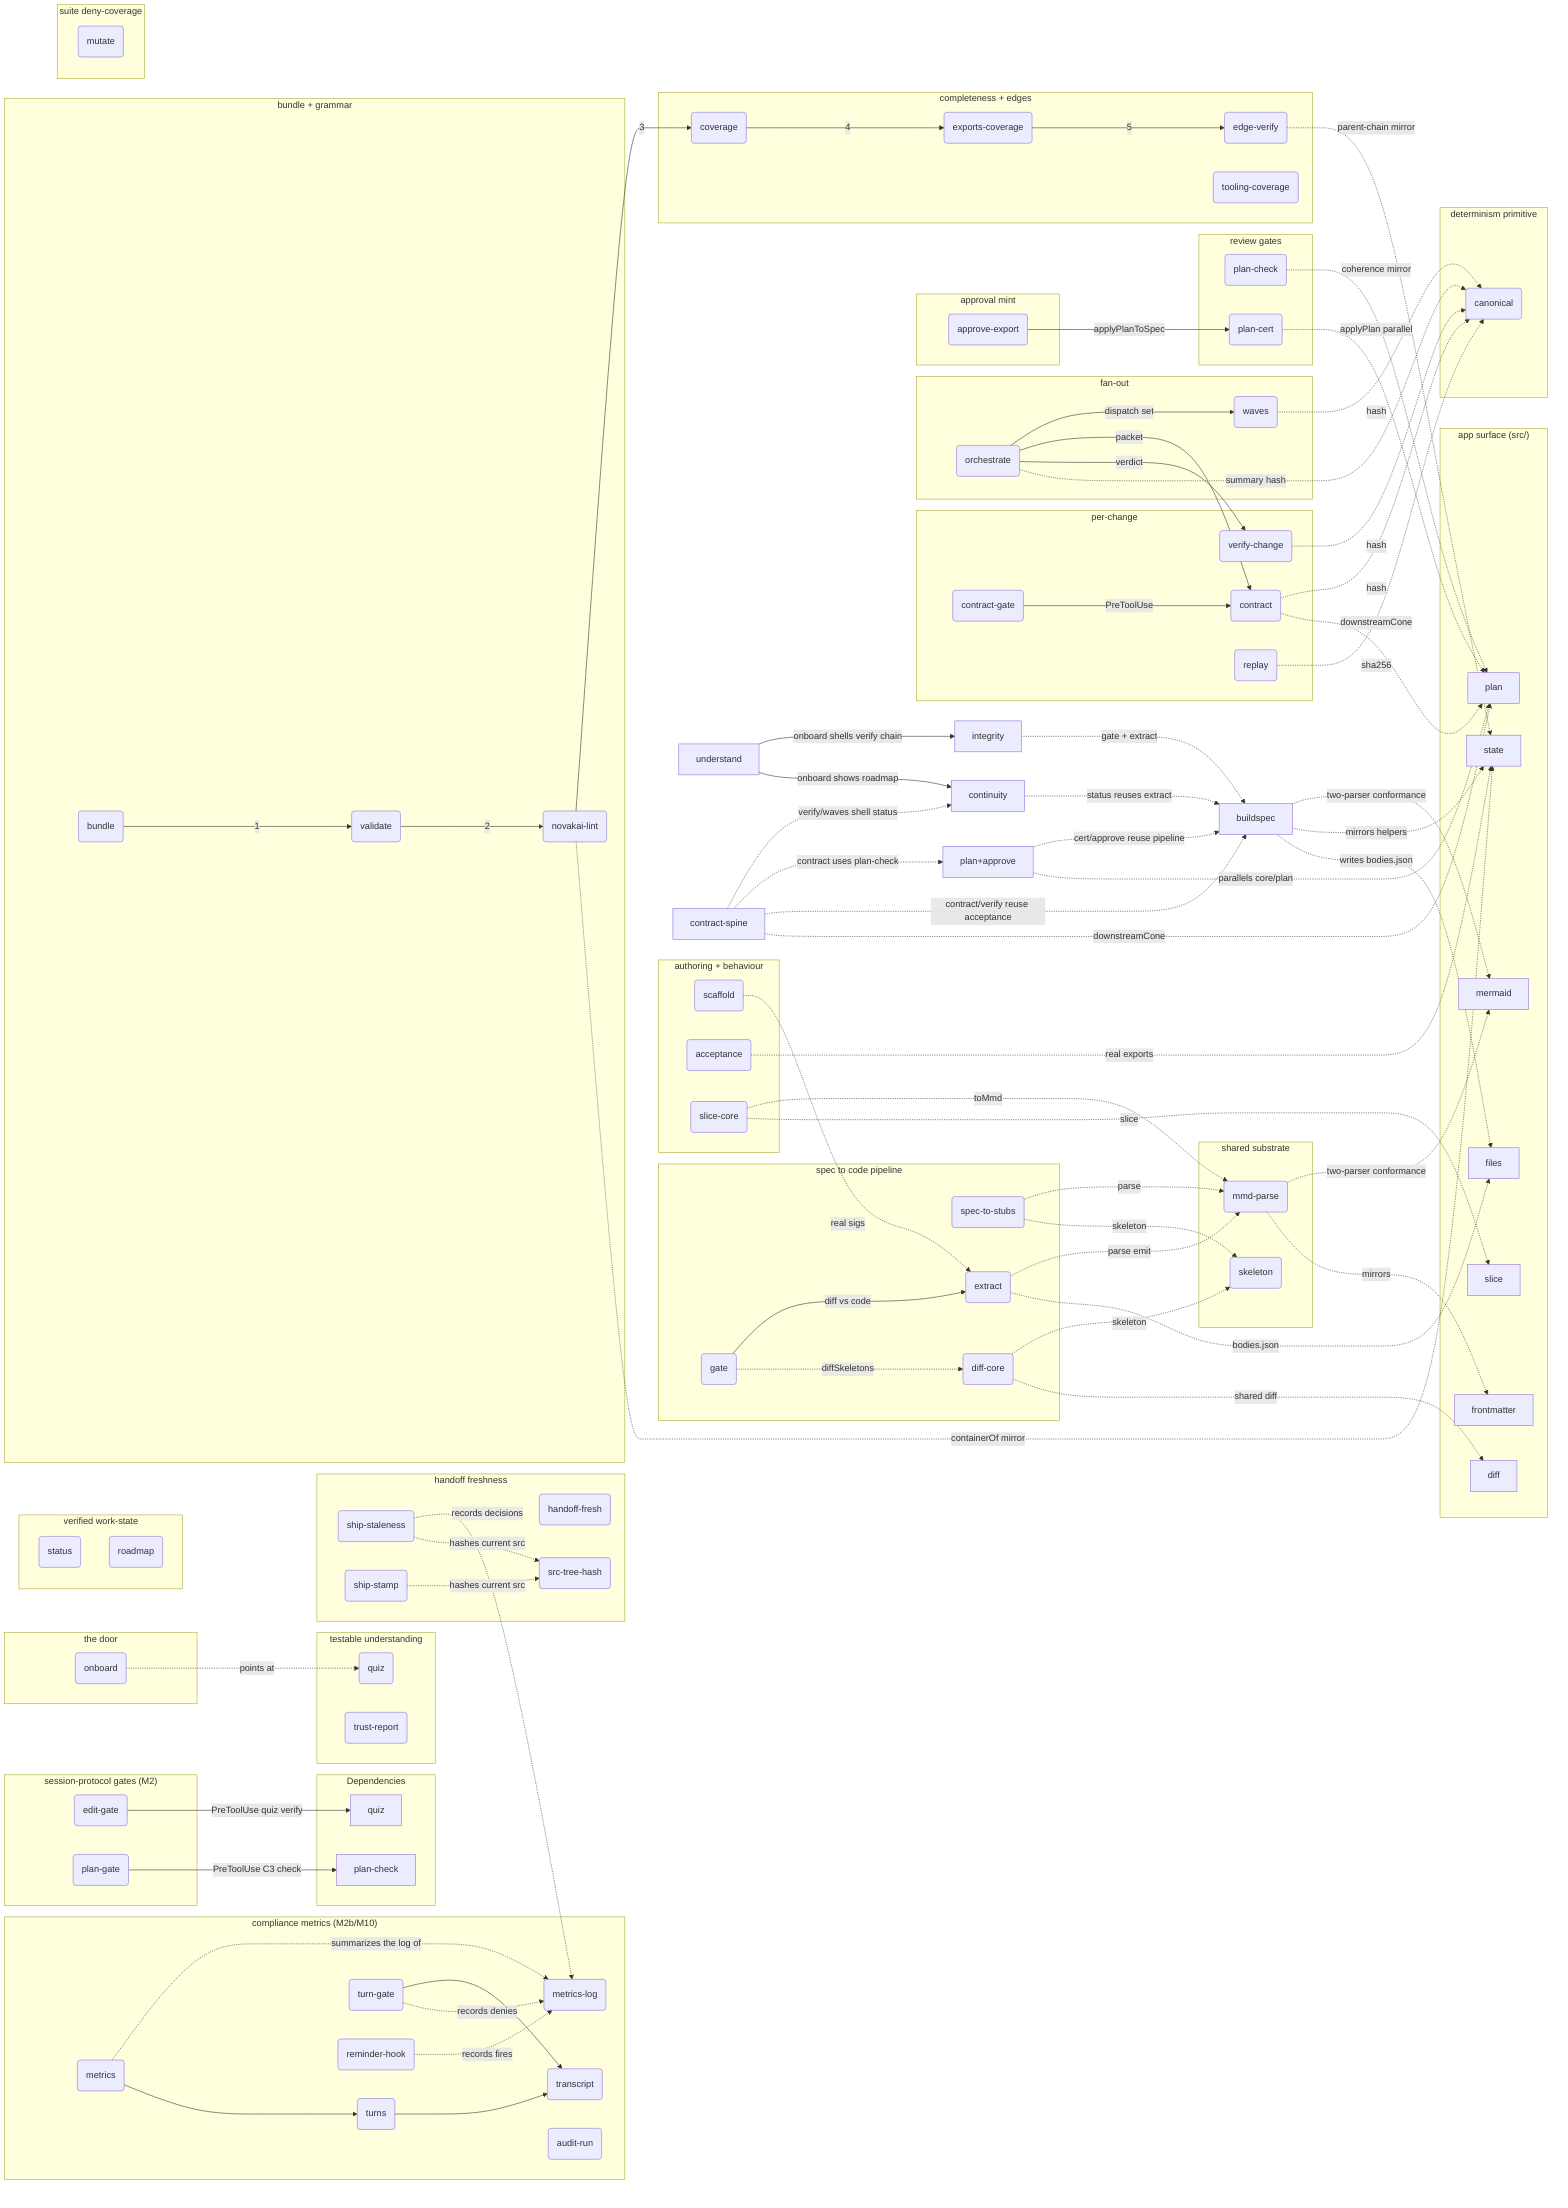
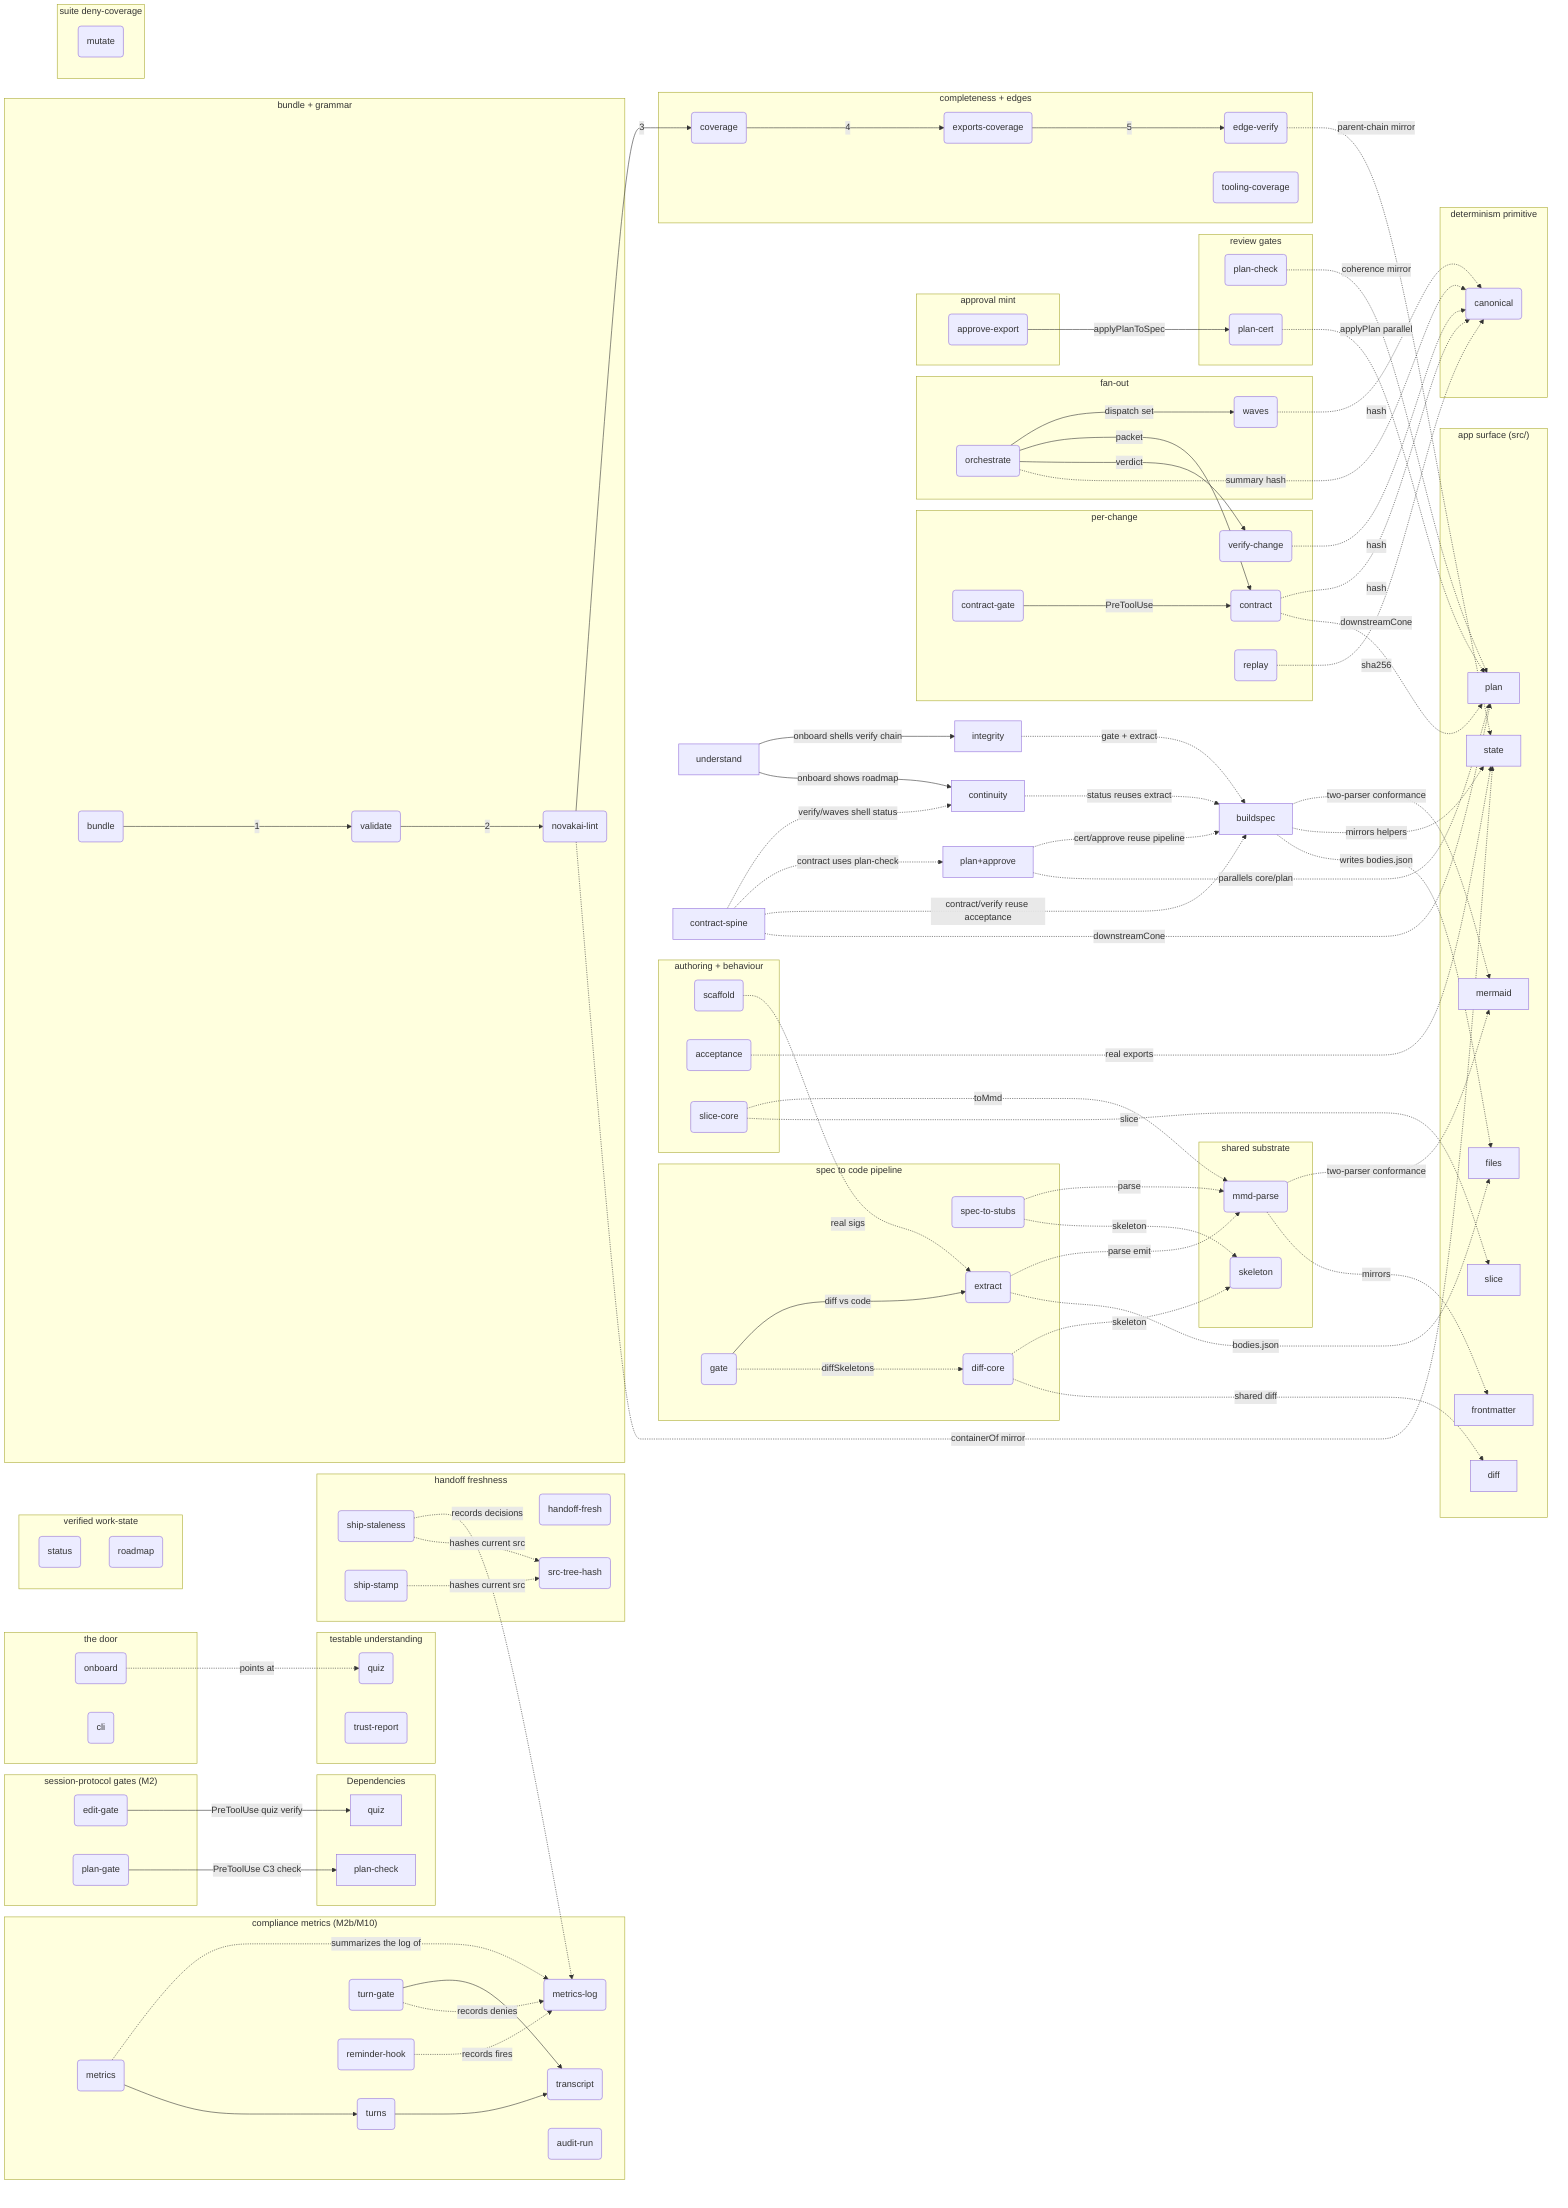
flowchart LR
%% AUTO-GENERATED BUNDLE — do not edit. Edit the per-folder fragments and re-bundle.
%% root novakaiBuildspec

%% fm:meta mermaid name=mermaid
%% fm:meta mermaid desc=app serializer/parser the tooling parser must agree with (two-parser conformance A3)
%% fm:meta frontmatter name=frontmatter
%% fm:meta frontmatter desc=app frontmatter model the tooling parser and skeleton mirror
%% fm:meta state name=state
%% fm:meta state desc=app model and geometry helpers the tooling mirrors and runs acceptance cases against
%% fm:meta files name=files
%% fm:meta files desc=app file IO that consumes the bodies.json the extractor writes
%% fm:meta diff name=diff
%% fm:meta diff desc=app semantic diff whose engine the tooling diff-core shares
%% fm:meta slice name=slice
%% fm:meta slice desc=app neighbourhood slice whose engine the tooling slice-core mirrors
%% fm:meta plan name=plan
%% fm:meta plan desc=app plan overlay model the tooling plan/cert/contract tools parallel and route into
%% fm:meta novakaiBuildspec__mmdParse name=mmd-parse
%% fm:meta novakaiBuildspec__mmdParse desc=zero-dep parser and serializer for the .mmd dialect every tool imports
%% fm:meta novakaiBuildspec__skeleton name=skeleton
%% fm:meta novakaiBuildspec__skeleton desc=canonical contract skeleton of a node plus all type normalization
%% fm:meta novakaiBuildspec__specToStubs name=spec-to-stubs
%% fm:meta novakaiBuildspec__specToStubs desc=step 1 emit TS stubs and contracts so interface drift becomes a tsc error
%% fm:meta novakaiBuildspec__extract name=extract
%% fm:meta novakaiBuildspec__extract desc=step 2 ts-morph walks src and re-serializes real code into a map plus bodies.json
%% fm:meta novakaiBuildspec__diffCore name=diff-core
%% fm:meta novakaiBuildspec__diffCore desc=pure structural diff between two skeleton maps categorizing every mismatch
%% fm:meta novakaiBuildspec__gate name=gate
%% fm:meta novakaiBuildspec__gate desc=step 3 diff committed spec against extracted code and exit non-zero on drift
%% fm:meta novakaiBuildspec__scaffold name=scaffold
%% fm:meta novakaiBuildspec__scaffold desc=author aid init backfill signatures and append plan nodes to fragments
%% fm:meta novakaiBuildspec__acceptance name=acceptance
%% fm:meta novakaiBuildspec__acceptance desc=Keystone 2 run behavioural cases against real src exports to prove correctness
%% fm:meta novakaiBuildspec__sliceCore name=slice-core
%% fm:meta novakaiBuildspec__sliceCore desc=pure model slicer reducing a parsed map to a seed node neighbourhood
%% fm:meta novakaiContractSpine__canonical name=canonical
%% fm:meta novakaiContractSpine__canonical desc=the determinism primitive key sorted JSON and sha256 so equality is a hash compare
%% fm:meta novakaiContractSpine__contract name=contract
%% fm:meta novakaiContractSpine__contract desc=emit a byte deterministic per change packet by routing blast radius source and coherence
%% fm:meta novakaiContractSpine__contractGate name=contract-gate
%% fm:meta novakaiContractSpine__contractGate desc=PreToolUse hook deny a spawn carrying a contract sentinel unless the contract resolves clean
%% fm:meta novakaiContractSpine__editGate name=edit-gate
%% fm:meta novakaiContractSpine__editGate desc=PreToolUse hook deny a src edit unless a quiz pass verifies against the current map bytes
%% fm:meta novakaiContractSpine__planGate name=plan-gate
%% fm:meta novakaiContractSpine__planGate desc=PreToolUse hook deny ExitPlanMode while the named or in flight plan fails coherence
%% fm:meta novakaiContractSpine__verifyChange name=verify-change
%% fm:meta novakaiContractSpine__verifyChange desc=fold structural and behavioural results into a data only verdict strict refuses over trust
%% fm:meta novakaiContractSpine__replay name=replay
%% fm:meta novakaiContractSpine__replay desc=determinism harness run a command N times and assert one stdout hash
%% fm:meta novakaiContractSpine__waves name=waves
%% fm:meta novakaiContractSpine__waves desc=topological wave partition of unbuilt changes with cycle detection for parallel dispatch
%% fm:meta novakaiContractSpine__orchestrate name=orchestrate
%% fm:meta novakaiContractSpine__orchestrate desc=the driver waves to per change worktree plus contract to verdict to canonical summary
%% fm:meta novakaiUnderstand__onboard name=onboard
%% fm:meta novakaiUnderstand__onboard desc=the single verifiable door shell the verify chain emit invariants print quiz and roadmap
%% fm:meta novakaiUnderstand__quiz name=quiz
%% fm:meta novakaiUnderstand__quiz desc=Keystone 1 generate structural questions and score answers against live re-derived keys
%% fm:meta novakaiUnderstand__trust name=trust-report
%% fm:meta novakaiUnderstand__trust desc=tier every claim verified advisory or unverified so readers know what is enforced
+ %% fm:meta novakaiUnderstand__cli name=cli
+ %% fm:meta novakaiUnderstand__cli desc=thin human dispatcher shelling verbs onboard plan contract verify ship status help to the existing npm scripts
%% fm:meta novakaiPlanApprove__planCheck name=plan-check
%% fm:meta novakaiPlanApprove__planCheck desc=C3 authoring coherence real ids acyclic deps valid parents coherent accepted set
%% fm:meta novakaiPlanApprove__planCert name=plan-cert
%% fm:meta novakaiPlanApprove__planCert desc=C2 dry-run certificate apply the plan and run generate tsc extract gate as a delta
%% fm:meta novakaiPlanApprove__approve name=approve-export
%% fm:meta novakaiPlanApprove__approve desc=E1 mint write approved map contracts filtered plan and checklist
%% fm:meta novakaiContinuity__status name=status
%% fm:meta novakaiContinuity__status desc=verified work-state compare a plan proposed signatures against live code built pending drifted missing
%% fm:meta novakaiContinuity__roadmap name=roadmap
%% fm:meta novakaiContinuity__roadmap desc=compute roadmap phase status from predicates and audit the no prose status ban
%% fm:meta novakaiContinuity__handoff name=handoff-fresh
%% fm:meta novakaiContinuity__handoff desc=detect when the handoff lags commits and falsify not yet committed prose claims
%% fm:meta novakaiContinuity__shipStaleness name=ship-staleness
%% fm:meta novakaiContinuity__shipStaleness desc=Stop hook block a session end while src content hash differs from the last recorded ship stamp
%% fm:meta novakaiContinuity__shipStamp name=ship-stamp
%% fm:meta novakaiContinuity__shipStamp desc=last step of novakai ship record the current src content hash to docs novakai ship-stamp.json
%% fm:meta novakaiContinuity__srcTreeHash name=src-tree-hash
%% fm:meta novakaiContinuity__srcTreeHash desc=git plumbing content hash of a directory working tree scratch index add write-tree no timestamps
%% fm:meta novakaiContinuity__metrics name=metrics
%% fm:meta novakaiContinuity__metrics desc=M2b summarize the compliance log into rates quiz gate ship cert unproven and wrap ship runs transparently
%% fm:meta novakaiContinuity__metricsLog name=metrics-log
%% fm:meta novakaiContinuity__metricsLog desc=fail silent JSONL emitter the gates quiz and verdict tools import logging may never change a decision
%% fm:meta novakaiContinuity__turns name=turns
%% fm:meta novakaiContinuity__turns desc=M10 measure turn discipline batch ratio cache read tokens subagent tokens tokens to first src edit over session transcripts
%% fm:meta novakaiContinuity__transcriptLib name=transcript
%% fm:meta novakaiContinuity__transcriptLib desc=shared Claude Code transcript parser dedupe assistant API calls by message id merge usage accumulate tool uses
%% fm:meta novakaiContinuity__turnGate name=turn-gate
%% fm:meta novakaiContinuity__turnGate desc=M10 force PreToolUse gate denies a streak of four or more consecutive single-read turns fails open on unreadable input one free retry marker
%% fm:meta novakaiContinuity__auditRun name=audit-run
%% fm:meta novakaiContinuity__auditRun desc=M10 read only forensic reconstruction of what ran in a session from immutable jsonl transcripts report only reconciliation against a run manifest never flips the exit code
%% fm:meta novakaiContinuity__reminderHook name=reminder-hook
%% fm:meta novakaiContinuity__reminderHook desc=PreToolUse hook throttled advisory reminder injection into main-agent context fail-open never emits decision or permissionDecision
%% fm:meta novakaiIntegrity__bundle name=bundle
%% fm:meta novakaiIntegrity__bundle desc=merge root plus every fragment into one bundle namespacing private ids
%% fm:meta novakaiIntegrity__validate name=validate
%% fm:meta novakaiIntegrity__validate desc=grammar gate one header unique ids every reference resolves one kind per node
%% fm:meta novakaiIntegrity__lint name=novakai-lint
%% fm:meta novakaiIntegrity__lint desc=architecture altitude gate fail on flat file-mirror or unsectioned loose bag
%% fm:meta novakaiIntegrity__coverage name=coverage
%% fm:meta novakaiIntegrity__coverage desc=file completeness guard every source file is represented or has a fragment
%% fm:meta novakaiIntegrity__exports name=exports-coverage
%% fm:meta novakaiIntegrity__exports desc=symbol completeness guard every exported symbol is a node or audited entry
%% fm:meta novakaiIntegrity__edges name=edge-verify
%% fm:meta novakaiIntegrity__edges desc=edge integrity guard every edge is import backed intra file or audited advisory
%% fm:meta novakaiIntegrity__toolingCoverage name=tooling-coverage
%% fm:meta novakaiIntegrity__toolingCoverage desc=completeness plus symbol truth guard for the tooling map itself
%% fm:meta novakaiIntegrity__mutate name=mutate
%% fm:meta novakaiIntegrity__mutate desc=mutation harness apply corpus defects in isolated HEAD worktrees and assert the suite reacts as the corpus expects

%% kind novakaiBuildspec module
%% kind novakaiIntegrity module
%% kind novakaiUnderstand module
%% kind novakaiContinuity module
%% kind novakaiPlanApprove module
%% kind novakaiContractSpine module
%% kind mermaid module
%% kind frontmatter module
%% kind state module
%% kind files module
%% kind diff module
%% kind slice module
%% kind plan module
%% kind novakaiBuildspec__mmdParse module
%% kind novakaiBuildspec__skeleton module
%% kind novakaiBuildspec__specToStubs service
%% kind novakaiBuildspec__extract service
%% kind novakaiBuildspec__diffCore module
%% kind novakaiBuildspec__gate service
%% kind novakaiBuildspec__scaffold service
%% kind novakaiBuildspec__acceptance service
%% kind novakaiBuildspec__sliceCore module
%% kind novakaiContractSpine__canonical module
%% kind novakaiContractSpine__contract service
%% kind novakaiContractSpine__contractGate service
%% kind novakaiContractSpine__editGate service
%% kind novakaiContractSpine__planGate service
%% kind novakaiContractSpine__verifyChange service
%% kind novakaiContractSpine__replay service
%% kind novakaiContractSpine__waves service
%% kind novakaiContractSpine__orchestrate service
%% kind novakaiUnderstand__onboard service
%% kind novakaiUnderstand__quiz service
%% kind novakaiUnderstand__trust service
+ %% kind novakaiUnderstand__cli service
%% kind novakaiPlanApprove__planCheck service
%% kind novakaiPlanApprove__planCert service
%% kind novakaiPlanApprove__approve service
%% kind novakaiContinuity__status service
%% kind novakaiContinuity__roadmap service
%% kind novakaiContinuity__handoff service
%% kind novakaiContinuity__shipStaleness service
%% kind novakaiContinuity__shipStamp service
%% kind novakaiContinuity__srcTreeHash module
%% kind novakaiContinuity__metrics service
%% kind novakaiContinuity__metricsLog module
%% kind novakaiContinuity__turns service
%% kind novakaiContinuity__transcriptLib module
%% kind novakaiContinuity__turnGate service
%% kind novakaiContinuity__auditRun service
%% kind novakaiContinuity__reminderHook service
%% kind novakaiIntegrity__bundle service
%% kind novakaiIntegrity__validate service
%% kind novakaiIntegrity__lint service
%% kind novakaiIntegrity__coverage service
%% kind novakaiIntegrity__exports service
%% kind novakaiIntegrity__edges service
%% kind novakaiIntegrity__toolingCoverage service
%% kind novakaiIntegrity__mutate service
%% parent novakaiBuildspec__bs_substrate novakaiBuildspec
%% parent novakaiBuildspec__bs_pipeline novakaiBuildspec
%% parent novakaiBuildspec__bs_aids novakaiBuildspec
%% parent novakaiContractSpine__cs_prim novakaiContractSpine
%% parent novakaiContractSpine__cs_change novakaiContractSpine
%% parent novakaiContractSpine__cs_fanout novakaiContractSpine
%% parent novakaiContractSpine__cs_protocol novakaiContractSpine
%% parent novakaiUnderstand__un_door novakaiUnderstand
%% parent novakaiUnderstand__un_prove novakaiUnderstand
%% parent novakaiPlanApprove__pa_gates novakaiPlanApprove
%% parent novakaiPlanApprove__pa_mint novakaiPlanApprove
%% parent novakaiContinuity__co_state novakaiContinuity
%% parent novakaiContinuity__co_handoff novakaiContinuity
%% parent novakaiContinuity__co_metrics novakaiContinuity
%% parent novakaiIntegrity__in_build novakaiIntegrity
%% parent novakaiIntegrity__in_complete novakaiIntegrity
%% parent novakaiIntegrity__in_suite novakaiIntegrity
%% src novakaiBuildspec__mmdParse tools/buildspec/core/mmd-parse.mjs#parseMmd
%% src novakaiBuildspec__skeleton tools/buildspec/core/skeleton.mjs#specSkeleton
%% src novakaiBuildspec__specToStubs tools/buildspec/pipeline/spec-to-stubs.mjs#generate
%% src novakaiBuildspec__extract tools/buildspec/pipeline/extract.mjs#extract
%% src novakaiBuildspec__diffCore tools/buildspec/core/diff-core.mjs#diffSkeletons
%% src novakaiBuildspec__gate tools/buildspec/pipeline/gate.mjs
%% src novakaiBuildspec__scaffold tools/buildspec/scaffold/scaffold.mjs#addFromPlan
%% src novakaiBuildspec__acceptance tools/buildspec/acceptance/acceptance.mjs#runAcceptance
%% src novakaiBuildspec__sliceCore tools/buildspec/core/slice-core.mjs#sliceModel
%% src novakaiContractSpine__canonical tools/novakai/lib/canonical.mjs#canonicalize
%% src novakaiContractSpine__contract tools/novakai/contract/contract.mjs
%% src novakaiContractSpine__contractGate tools/novakai/gates/contract-gate.mjs
%% src novakaiContractSpine__editGate tools/novakai/gates/edit-gate.mjs
%% src novakaiContractSpine__planGate tools/novakai/gates/plan-gate.mjs
%% src novakaiContractSpine__verifyChange tools/novakai/contract/verify-change.mjs
%% src novakaiContractSpine__replay tools/novakai/contract/replay.mjs
%% src novakaiContractSpine__waves tools/novakai/contract/waves.mjs
%% src novakaiContractSpine__orchestrate tools/novakai/contract/orchestrate.mjs
%% src novakaiUnderstand__onboard tools/novakai/onboard/onboard.mjs
%% src novakaiUnderstand__quiz tools/novakai/onboard/quiz.mjs
%% src novakaiUnderstand__trust tools/novakai/verify/trust-report.mjs
+ %% src novakaiUnderstand__cli tools/novakai/cli.mjs
%% src novakaiPlanApprove__planCheck tools/novakai/plan/plan-check.mjs#checkPlan
%% src novakaiPlanApprove__planCert tools/novakai/plan/plan-cert.mjs#certifyPlan
%% src novakaiPlanApprove__approve tools/novakai/plan/approve-export.mjs#approveExport
%% src novakaiContinuity__status tools/novakai/status/status.mjs
%% src novakaiContinuity__roadmap tools/novakai/status/roadmap.mjs
%% src novakaiContinuity__handoff tools/novakai/status/handoff-fresh.mjs#checkContentClaims
%% src novakaiContinuity__shipStaleness tools/novakai/gates/ship-staleness.mjs
%% src novakaiContinuity__shipStamp tools/novakai/verify/ship-stamp.mjs
%% src novakaiContinuity__srcTreeHash tools/novakai/lib/src-tree-hash.mjs#srcTreeHash
%% src novakaiContinuity__metrics tools/novakai/status/metrics.mjs
%% src novakaiContinuity__metricsLog tools/novakai/lib/metrics-log.mjs#recordEvent
%% src novakaiContinuity__turns tools/novakai/status/turns.mjs
%% src novakaiContinuity__transcriptLib tools/novakai/lib/transcript.mjs#parseTranscript
%% src novakaiContinuity__turnGate tools/novakai/gates/turn-gate.mjs
%% src novakaiContinuity__auditRun tools/novakai/audit/audit-run.mjs
%% src novakaiContinuity__reminderHook tools/novakai/gates/reminder-hook.mjs
%% src novakaiIntegrity__bundle tools/novakai/verify/bundle.mjs
%% src novakaiIntegrity__validate tools/novakai/verify/validate.mjs
%% src novakaiIntegrity__lint tools/novakai/verify/novakai-lint.mjs#lint
%% src novakaiIntegrity__coverage tools/novakai/verify/coverage.mjs
%% src novakaiIntegrity__exports tools/novakai/verify/exports-coverage.mjs
%% src novakaiIntegrity__edges tools/novakai/verify/edge-verify.mjs#verifyEdges
%% src novakaiIntegrity__toolingCoverage tools/novakai/verify/tooling-coverage.mjs
%% src novakaiIntegrity__mutate tools/novakai/verify/mutate.mjs

  novakaiBuildspec["buildspec"]
  novakaiIntegrity["integrity"]
  novakaiUnderstand["understand"]
  novakaiContinuity["continuity"]
  novakaiPlanApprove["plan+approve"]
  novakaiContractSpine["contract-spine"]
  subgraph AppSurface ["app surface (src/)"]
    mermaid["mermaid"]
    frontmatter["frontmatter"]
    state["state"]
    files["files"]
    diff["diff"]
    slice["slice"]
    plan["plan"]
  end
  %% ---- subsystem-level flow (the loop) ----
  %% ---- tooling -> app surface (the blast radius) ----

  subgraph novakaiBuildspec__bs_substrate ["shared substrate"]
    novakaiBuildspec__mmdParse("mmd-parse")
    novakaiBuildspec__skeleton("skeleton")
  end
  subgraph novakaiBuildspec__bs_pipeline ["spec to code pipeline"]
    novakaiBuildspec__specToStubs("spec-to-stubs")
    novakaiBuildspec__extract("extract")
    novakaiBuildspec__gate("gate")
    novakaiBuildspec__diffCore("diff-core")
  end
  subgraph novakaiBuildspec__bs_aids ["authoring + behaviour"]
    novakaiBuildspec__scaffold("scaffold")
    novakaiBuildspec__acceptance("acceptance")
    novakaiBuildspec__sliceCore("slice-core")
  end

  subgraph novakaiContractSpine__cs_prim ["determinism primitive"]
    novakaiContractSpine__canonical("canonical")
  end
  subgraph novakaiContractSpine__cs_change ["per-change"]
    novakaiContractSpine__contract("contract")
    novakaiContractSpine__contractGate("contract-gate")
    novakaiContractSpine__verifyChange("verify-change")
    novakaiContractSpine__replay("replay")
  end
  subgraph novakaiContractSpine__cs_fanout ["fan-out"]
    novakaiContractSpine__waves("waves")
    novakaiContractSpine__orchestrate("orchestrate")
  end
  subgraph novakaiContractSpine__cs_protocol ["session-protocol gates (M2)"]
    novakaiContractSpine__editGate("edit-gate")
    novakaiContractSpine__planGate("plan-gate")
  end
  subgraph novakaiContractSpine__Deps ["Dependencies"]
    novakaiContractSpine__quiz["quiz"]
    novakaiContractSpine__planCheck["plan-check"]
  end

  subgraph novakaiUnderstand__un_door ["the door"]
    novakaiUnderstand__onboard("onboard")
+     novakaiUnderstand__cli("cli")
  end
  subgraph novakaiUnderstand__un_prove ["testable understanding"]
    novakaiUnderstand__quiz("quiz")
    novakaiUnderstand__trust("trust-report")
  end

  subgraph novakaiPlanApprove__pa_gates ["review gates"]
    novakaiPlanApprove__planCheck("plan-check")
    novakaiPlanApprove__planCert("plan-cert")
  end
  subgraph novakaiPlanApprove__pa_mint ["approval mint"]
    novakaiPlanApprove__approve("approve-export")
  end

  subgraph novakaiContinuity__co_state ["verified work-state"]
    novakaiContinuity__status("status")
    novakaiContinuity__roadmap("roadmap")
  end
  subgraph novakaiContinuity__co_handoff ["handoff freshness"]
    novakaiContinuity__handoff("handoff-fresh")
    novakaiContinuity__shipStaleness("ship-staleness")
    novakaiContinuity__shipStamp("ship-stamp")
    novakaiContinuity__srcTreeHash("src-tree-hash")
  end
  subgraph novakaiContinuity__co_metrics ["compliance metrics (M2b/M10)"]
    novakaiContinuity__metrics("metrics")
    novakaiContinuity__metricsLog("metrics-log")
    novakaiContinuity__turns("turns")
    novakaiContinuity__transcriptLib("transcript")
    novakaiContinuity__turnGate("turn-gate")
    novakaiContinuity__reminderHook("reminder-hook")
    novakaiContinuity__auditRun("audit-run")
  end

  subgraph novakaiIntegrity__in_build ["bundle + grammar"]
    novakaiIntegrity__bundle("bundle")
    novakaiIntegrity__validate("validate")
    novakaiIntegrity__lint("novakai-lint")
  end
  subgraph novakaiIntegrity__in_complete ["completeness + edges"]
    novakaiIntegrity__coverage("coverage")
    novakaiIntegrity__exports("exports-coverage")
    novakaiIntegrity__edges("edge-verify")
    novakaiIntegrity__toolingCoverage("tooling-coverage")
  end
  subgraph novakaiIntegrity__in_suite ["suite deny-coverage"]
    novakaiIntegrity__mutate("mutate")
  end

  novakaiUnderstand -->|onboard shells verify chain| novakaiIntegrity
  novakaiUnderstand -->|onboard shows roadmap| novakaiContinuity
  novakaiIntegrity -.->|gate + extract| novakaiBuildspec
  novakaiContinuity -.->|status reuses extract| novakaiBuildspec
  novakaiPlanApprove -.->|cert/approve reuse pipeline| novakaiBuildspec
  novakaiContractSpine -.->|verify/waves shell status| novakaiContinuity
  novakaiContractSpine -.->|contract uses plan-check| novakaiPlanApprove
  novakaiContractSpine -.->|contract/verify reuse acceptance| novakaiBuildspec
  novakaiBuildspec -.->|two-parser conformance| mermaid
  novakaiBuildspec -.->|mirrors helpers| state
  novakaiBuildspec -.->|writes bodies.json| files
  novakaiPlanApprove -.->|parallels core/plan| plan
  novakaiContractSpine -.->|downstreamCone| plan
  novakaiBuildspec__gate -->|diff vs code| novakaiBuildspec__extract
  novakaiBuildspec__gate -.->|diffSkeletons| novakaiBuildspec__diffCore
  novakaiBuildspec__diffCore -.->|skeleton| novakaiBuildspec__skeleton
  novakaiBuildspec__extract -.->|parse emit| novakaiBuildspec__mmdParse
  novakaiBuildspec__specToStubs -.->|parse| novakaiBuildspec__mmdParse
  novakaiBuildspec__specToStubs -.->|skeleton| novakaiBuildspec__skeleton
  novakaiBuildspec__scaffold -.->|real sigs| novakaiBuildspec__extract
  novakaiBuildspec__sliceCore -.->|toMmd| novakaiBuildspec__mmdParse
  novakaiBuildspec__mmdParse -.->|two-parser conformance| mermaid
  novakaiBuildspec__mmdParse -.->|mirrors| frontmatter
  novakaiBuildspec__extract -.->|bodies.json| files
  novakaiBuildspec__acceptance -.->|real exports| state
  novakaiBuildspec__diffCore -.->|shared diff| diff
  novakaiBuildspec__sliceCore -.->|slice| slice
  novakaiContractSpine__contractGate -->|PreToolUse| novakaiContractSpine__contract
  novakaiContractSpine__editGate -->|PreToolUse quiz verify| novakaiContractSpine__quiz
  novakaiContractSpine__planGate -->|PreToolUse C3 check| novakaiContractSpine__planCheck
  novakaiContractSpine__orchestrate -->|dispatch set| novakaiContractSpine__waves
  novakaiContractSpine__orchestrate -->|packet| novakaiContractSpine__contract
  novakaiContractSpine__orchestrate -->|verdict| novakaiContractSpine__verifyChange
  novakaiContractSpine__contract -.->|hash| novakaiContractSpine__canonical
  novakaiContractSpine__verifyChange -.->|hash| novakaiContractSpine__canonical
  novakaiContractSpine__replay -.->|sha256| novakaiContractSpine__canonical
  novakaiContractSpine__waves -.->|hash| novakaiContractSpine__canonical
  novakaiContractSpine__orchestrate -.->|summary hash| novakaiContractSpine__canonical
  novakaiContractSpine__contract -.->|downstreamCone| plan
  novakaiUnderstand__onboard -.->|points at| novakaiUnderstand__quiz
  novakaiPlanApprove__approve -->|applyPlanToSpec| novakaiPlanApprove__planCert
  novakaiPlanApprove__planCheck -.->|coherence mirror| plan
  novakaiPlanApprove__planCert -.->|applyPlan parallel| plan
  novakaiContinuity__metrics -.->|summarizes the log of| novakaiContinuity__metricsLog
  novakaiContinuity__shipStaleness -.->|records decisions| novakaiContinuity__metricsLog
  novakaiContinuity__shipStaleness -.->|hashes current src| novakaiContinuity__srcTreeHash
  novakaiContinuity__shipStamp -.->|hashes current src| novakaiContinuity__srcTreeHash
  novakaiContinuity__metrics --> novakaiContinuity__turns
  novakaiContinuity__turns --> novakaiContinuity__transcriptLib
  novakaiContinuity__turnGate --> novakaiContinuity__transcriptLib
  novakaiContinuity__turnGate -.->|records denies| novakaiContinuity__metricsLog
  novakaiContinuity__reminderHook -.->|records fires| novakaiContinuity__metricsLog
  novakaiIntegrity__bundle -->|1| novakaiIntegrity__validate
  novakaiIntegrity__validate -->|2| novakaiIntegrity__lint
  novakaiIntegrity__lint -->|3| novakaiIntegrity__coverage
  novakaiIntegrity__coverage -->|4| novakaiIntegrity__exports
  novakaiIntegrity__exports -->|5| novakaiIntegrity__edges
  novakaiIntegrity__lint -.->|containerOf mirror| state
  novakaiIntegrity__edges -.->|parent-chain mirror| state
